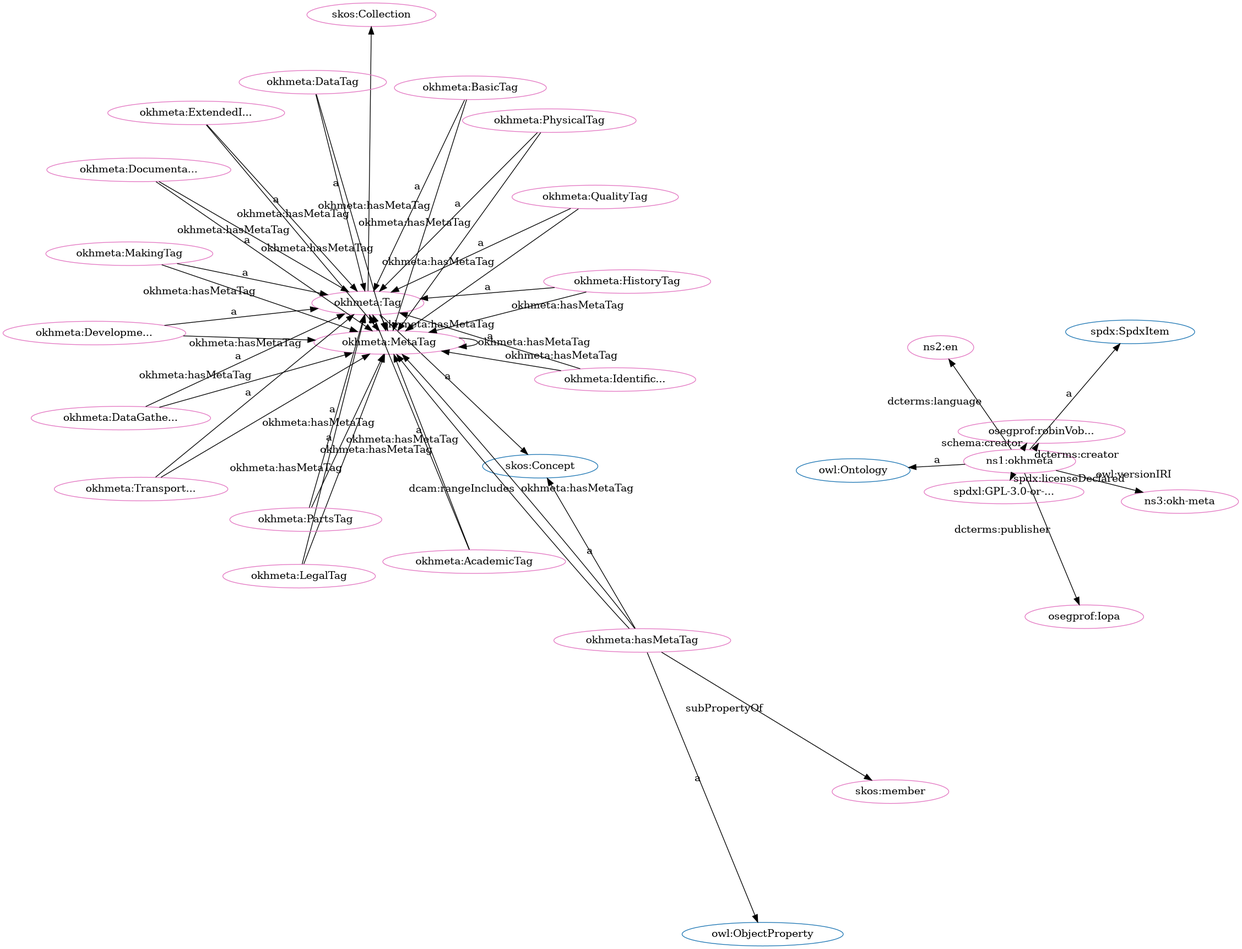
This is src/spec/fdp_okh-meta.png from iop-alliance/OpenKnowHow, a Graphviz export, as it was before one commit. Its source is kept beside it as src/spec/fdp_okh-meta.dot.
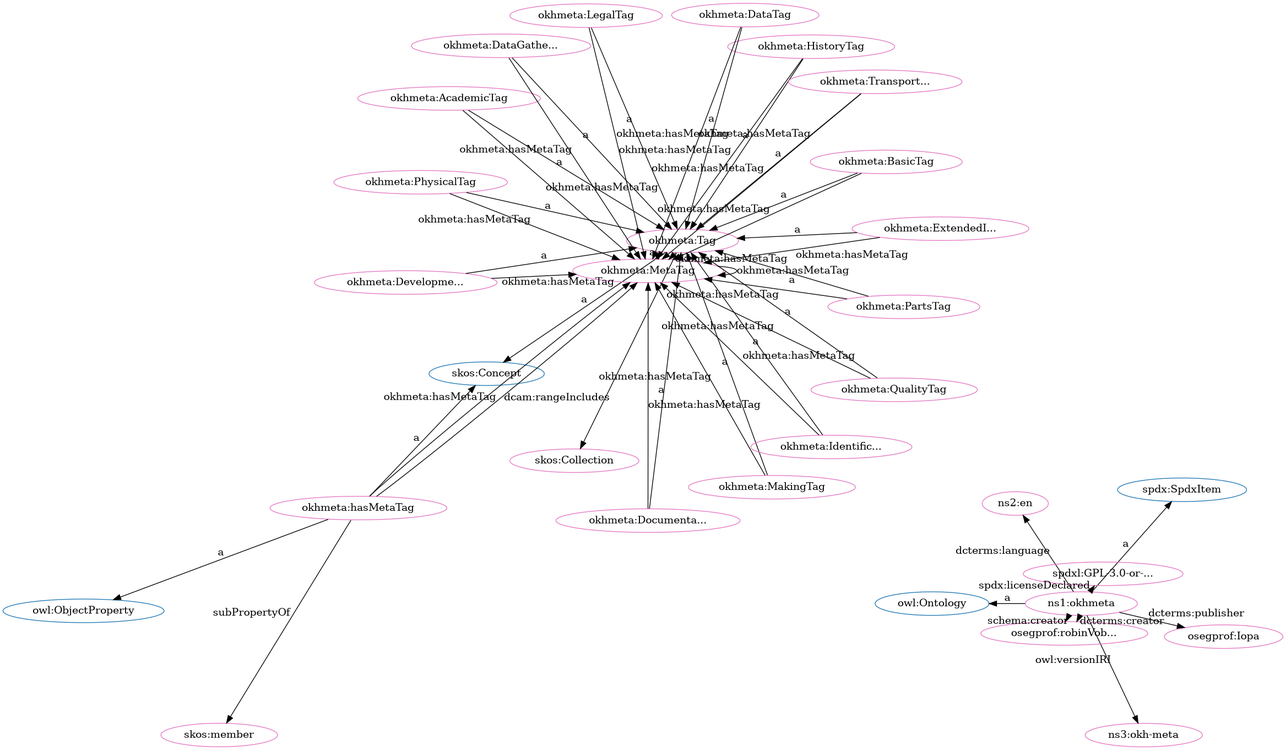
Above is the later version.

Diff of the diagram source:
```diff
@@ -1,84 +1,84 @@
 digraph G {
   rankdir=BT
   node[height=.3]
+"http://www.w3.org/2004/02/skos/core#Concept" [fillcolor="#1f77b4" color="#1f77b4" label="skos:Concept"]
 "http://www.w3.org/2002/07/owl#Ontology" [fillcolor="#1f77b4" color="#1f77b4" label="owl:Ontology"]
-"http://www.w3.org/2004/02/skos/core#Concept" [fillcolor="#1f77b4" color="#1f77b4" label="skos:Concept"]
 "http://spdx.org/rdf/terms#SpdxItem" [fillcolor="#1f77b4" color="#1f77b4" label="spdx:SpdxItem"]
 "http://w3id.org/oseg/ont/okhmeta#Tag" [fillcolor="#1f77b4" color="#1f77b4" label="okhmeta:Tag"]
+"http://www.w3.org/2004/02/skos/core#Collection" [fillcolor="#1f77b4" color="#1f77b4" label="skos:Collection"]
 "http://www.w3.org/2002/07/owl#ObjectProperty" [fillcolor="#1f77b4" color="#1f77b4" label="owl:ObjectProperty"]
-"http://www.w3.org/2004/02/skos/core#Collection" [fillcolor="#1f77b4" color="#1f77b4" label="skos:Collection"]
+"http://www.w3.org/2004/02/skos/core#Collection" [fillcolor="#e377c2" color="#e377c2" label="skos:Collection"]
 "http://w3id.org/oseg/ont/okhmeta#MetaTag" [fillcolor="#e377c2" color="#e377c2" label="okhmeta:MetaTag"]
+"http://w3id.org/oseg/ont/okhmeta#HistoryTag" [fillcolor="#e377c2" color="#e377c2" label="okhmeta:HistoryTag"]
+"http://w3id.org/oseg/ont/okhmeta#hasMetaTag" [fillcolor="#e377c2" color="#e377c2" label="okhmeta:hasMetaTag"]
 "http://w3id.org/oseg/ont/okhmeta" [fillcolor="#e377c2" color="#e377c2" label="ns1:okhmeta"]
-"http://w3id.org/oseg/ont/okhmeta#hasMetaTag" [fillcolor="#e377c2" color="#e377c2" label="okhmeta:hasMetaTag"]
+"http://w3id.org/oseg/ont/okhmeta#MakingTag" [fillcolor="#e377c2" color="#e377c2" label="okhmeta:MakingTag"]
+"http://w3id.org/oseg/ont/okhmeta#PhysicalTag" [fillcolor="#e377c2" color="#e377c2" label="okhmeta:PhysicalTag"]
+"http://w3id.org/oseg/ont/okhmeta#PartsTag" [fillcolor="#e377c2" color="#e377c2" label="okhmeta:PartsTag"]
+"http://w3id.org/oseg/ont/okhmeta#QualityTag" [fillcolor="#e377c2" color="#e377c2" label="okhmeta:QualityTag"]
 "http://id.loc.gov/vocabulary/iso639-1/en" [fillcolor="#e377c2" color="#e377c2" label="ns2:en"]
+"http://w3id.org/oseg/ont/okhmeta#ExtendedInfoTag" [fillcolor="#e377c2" color="#e377c2" label="okhmeta:ExtendedI..."]
+"http://w3id.org/oseg/ont/okhmeta#IdentificationTag" [fillcolor="#e377c2" color="#e377c2" label="okhmeta:Identific..."]
+"http://w3id.org/oseg/ont/1.1.0/okh-meta" [fillcolor="#e377c2" color="#e377c2" label="ns3:okh-meta"]
+"http://w3id.org/oseg/ont/okhmeta#TransportationTag" [fillcolor="#e377c2" color="#e377c2" label="okhmeta:Transport..."]
+"http://w3id.org/oseg/ont/okhmeta#BasicTag" [fillcolor="#e377c2" color="#e377c2" label="okhmeta:BasicTag"]
 "http://w3id.org/oseg/ont/okhmeta#Tag" [fillcolor="#e377c2" color="#e377c2" label="okhmeta:Tag"]
+"http://w3id.org/oseg/ont/okhmeta#DocumentationTag" [fillcolor="#e377c2" color="#e377c2" label="okhmeta:Documenta..."]
+"http://w3id.org/oseg/ont/okhmeta#AcademicTag" [fillcolor="#e377c2" color="#e377c2" label="okhmeta:AcademicTag"]
+"http://spdx.org/licenses/GPL-3.0-or-later" [fillcolor="#e377c2" color="#e377c2" label="spdxl:GPL-3.0-or-..."]
+"http://w3id.org/oseg/ont/okhmeta#DataGatheringTag" [fillcolor="#e377c2" color="#e377c2" label="okhmeta:DataGathe..."]
+"http://w3id.org/oseg/ont/okhmeta#LegalTag" [fillcolor="#e377c2" color="#e377c2" label="okhmeta:LegalTag"]
+"http://w3id.org/oseg/ont/okhmeta#DataTag" [fillcolor="#e377c2" color="#e377c2" label="okhmeta:DataTag"]
+"http://w3id.org/oseg/ont/oseg-profiles#robinVobruba" [fillcolor="#e377c2" color="#e377c2" label="osegprof:robinVob..."]
 "http://w3id.org/oseg/ont/oseg-profiles#Iopa" [fillcolor="#e377c2" color="#e377c2" label="osegprof:Iopa"]
 "http://w3id.org/oseg/ont/okhmeta#DevelopmentTag" [fillcolor="#e377c2" color="#e377c2" label="okhmeta:Developme..."]
-"http://w3id.org/oseg/ont/okhmeta#PhysicalTag" [fillcolor="#e377c2" color="#e377c2" label="okhmeta:PhysicalTag"]
-"http://w3id.org/oseg/ont/okhmeta#AcademicTag" [fillcolor="#e377c2" color="#e377c2" label="okhmeta:AcademicTag"]
-"http://w3id.org/oseg/ont/okhmeta#TransportationTag" [fillcolor="#e377c2" color="#e377c2" label="okhmeta:Transport..."]
-"http://w3id.org/oseg/ont/oseg-profiles#robinVobruba" [fillcolor="#e377c2" color="#e377c2" label="osegprof:robinVob..."]
-"http://w3id.org/oseg/ont/okhmeta#DataTag" [fillcolor="#e377c2" color="#e377c2" label="okhmeta:DataTag"]
-"http://w3id.org/oseg/ont/okhmeta#MakingTag" [fillcolor="#e377c2" color="#e377c2" label="okhmeta:MakingTag"]
-"http://w3id.org/oseg/ont/okhmeta#IdentificationTag" [fillcolor="#e377c2" color="#e377c2" label="okhmeta:Identific..."]
 "http://www.w3.org/2004/02/skos/core#member" [fillcolor="#e377c2" color="#e377c2" label="skos:member"]
-"http://w3id.org/oseg/ont/okhmeta#DataGatheringTag" [fillcolor="#e377c2" color="#e377c2" label="okhmeta:DataGathe..."]
-"http://w3id.org/oseg/ont/okhmeta#QualityTag" [fillcolor="#e377c2" color="#e377c2" label="okhmeta:QualityTag"]
-"http://spdx.org/licenses/GPL-3.0-or-later" [fillcolor="#e377c2" color="#e377c2" label="spdxl:GPL-3.0-or-..."]
-"http://w3id.org/oseg/ont/okhmeta#HistoryTag" [fillcolor="#e377c2" color="#e377c2" label="okhmeta:HistoryTag"]
-"http://w3id.org/oseg/ont/okhmeta#LegalTag" [fillcolor="#e377c2" color="#e377c2" label="okhmeta:LegalTag"]
-"http://w3id.org/oseg/ont/okhmeta#ExtendedInfoTag" [fillcolor="#e377c2" color="#e377c2" label="okhmeta:ExtendedI..."]
-"http://w3id.org/oseg/ont/okhmeta#BasicTag" [fillcolor="#e377c2" color="#e377c2" label="okhmeta:BasicTag"]
-"http://w3id.org/oseg/ont/okhmeta#PartsTag" [fillcolor="#e377c2" color="#e377c2" label="okhmeta:PartsTag"]
-"http://www.w3.org/2004/02/skos/core#Collection" [fillcolor="#e377c2" color="#e377c2" label="skos:Collection"]
-"http://w3id.org/oseg/ont/okhmeta#DocumentationTag" [fillcolor="#e377c2" color="#e377c2" label="okhmeta:Documenta..."]
-"http://w3id.org/oseg/ont/1.1.0/okh-meta" [fillcolor="#e377c2" color="#e377c2" label="ns3:okh-meta"]
-  "http://w3id.org/oseg/ont/okhmeta" -> "http://www.w3.org/2002/07/owl#Ontology" [label="a"]
+  "http://w3id.org/oseg/ont/okhmeta#Tag" -> "http://www.w3.org/2004/02/skos/core#Collection" [label=""]
+  "http://w3id.org/oseg/ont/okhmeta#DocumentationTag" -> "http://w3id.org/oseg/ont/okhmeta#MetaTag" [label="okhmeta:hasMetaTag"]
+  "http://w3id.org/oseg/ont/okhmeta#HistoryTag" -> "http://w3id.org/oseg/ont/okhmeta#Tag" [label="a"]
+  "http://w3id.org/oseg/ont/okhmeta#QualityTag" -> "http://w3id.org/oseg/ont/okhmeta#MetaTag" [label="okhmeta:hasMetaTag"]
+  "http://w3id.org/oseg/ont/okhmeta#IdentificationTag" -> "http://w3id.org/oseg/ont/okhmeta#MetaTag" [label="okhmeta:hasMetaTag"]
+  "http://w3id.org/oseg/ont/okhmeta" -> "http://spdx.org/rdf/terms#SpdxItem" [label="a"]
+  "http://w3id.org/oseg/ont/okhmeta#Tag" -> "http://w3id.org/oseg/ont/okhmeta#MetaTag" [label="okhmeta:hasMetaTag"]
+  "http://w3id.org/oseg/ont/okhmeta#MetaTag" -> "http://w3id.org/oseg/ont/okhmeta#MetaTag" [label="okhmeta:hasMetaTag"]
+  "http://w3id.org/oseg/ont/okhmeta#BasicTag" -> "http://w3id.org/oseg/ont/okhmeta#MetaTag" [label="okhmeta:hasMetaTag"]
+  "http://w3id.org/oseg/ont/okhmeta#MakingTag" -> "http://w3id.org/oseg/ont/okhmeta#Tag" [label="a"]
+  "http://w3id.org/oseg/ont/okhmeta#hasMetaTag" -> "http://www.w3.org/2002/07/owl#ObjectProperty" [label="a"]
+  "http://w3id.org/oseg/ont/okhmeta#QualityTag" -> "http://w3id.org/oseg/ont/okhmeta#Tag" [label="a"]
+  "http://w3id.org/oseg/ont/okhmeta#AcademicTag" -> "http://w3id.org/oseg/ont/okhmeta#MetaTag" [label="okhmeta:hasMetaTag"]
+  "http://w3id.org/oseg/ont/okhmeta#IdentificationTag" -> "http://w3id.org/oseg/ont/okhmeta#Tag" [label="a"]
   "http://w3id.org/oseg/ont/okhmeta#PartsTag" -> "http://w3id.org/oseg/ont/okhmeta#MetaTag" [label="okhmeta:hasMetaTag"]
   "http://w3id.org/oseg/ont/okhmeta#ExtendedInfoTag" -> "http://w3id.org/oseg/ont/okhmeta#MetaTag" [label="okhmeta:hasMetaTag"]
+  "http://w3id.org/oseg/ont/okhmeta#BasicTag" -> "http://w3id.org/oseg/ont/okhmeta#Tag" [label="a"]
+  "http://w3id.org/oseg/ont/okhmeta#Tag" -> "http://www.w3.org/2004/02/skos/core#Concept" [label="a"]
+  "http://w3id.org/oseg/ont/okhmeta#hasMetaTag" -> "http://w3id.org/oseg/ont/okhmeta#MetaTag" [label="okhmeta:hasMetaTag"]
+  "http://w3id.org/oseg/ont/okhmeta#AcademicTag" -> "http://w3id.org/oseg/ont/okhmeta#Tag" [label="a"]
+  "http://w3id.org/oseg/ont/okhmeta#DataGatheringTag" -> "http://w3id.org/oseg/ont/okhmeta#Tag" [label="a"]
+  "http://w3id.org/oseg/ont/okhmeta#hasMetaTag" -> "http://www.w3.org/2004/02/skos/core#member" [label="subPropertyOf"]
+  "http://w3id.org/oseg/ont/okhmeta#PhysicalTag" -> "http://w3id.org/oseg/ont/okhmeta#MetaTag" [label="okhmeta:hasMetaTag"]
+  "http://w3id.org/oseg/ont/okhmeta#DataTag" -> "http://w3id.org/oseg/ont/okhmeta#MetaTag" [label="okhmeta:hasMetaTag"]
+  "http://w3id.org/oseg/ont/okhmeta#hasMetaTag" -> "http://w3id.org/oseg/ont/okhmeta#MetaTag" [label="dcam:rangeIncludes"]
+  "http://w3id.org/oseg/ont/okhmeta#DataGatheringTag" -> "http://w3id.org/oseg/ont/okhmeta#MetaTag" [label="okhmeta:hasMetaTag"]
+  "http://w3id.org/oseg/ont/okhmeta#hasMetaTag" -> "http://www.w3.org/2004/02/skos/core#Concept" [label="a"]
+  "http://w3id.org/oseg/ont/okhmeta#HistoryTag" -> "http://w3id.org/oseg/ont/okhmeta#MetaTag" [label="okhmeta:hasMetaTag"]
+  "http://w3id.org/oseg/ont/okhmeta" -> "http://www.w3.org/2002/07/owl#Ontology" [label="a"]
+  "http://w3id.org/oseg/ont/okhmeta#PhysicalTag" -> "http://w3id.org/oseg/ont/okhmeta#Tag" [label="a"]
+  "http://w3id.org/oseg/ont/okhmeta#PartsTag" -> "http://w3id.org/oseg/ont/okhmeta#Tag" [label="a"]
   "http://w3id.org/oseg/ont/okhmeta" -> "http://id.loc.gov/vocabulary/iso639-1/en" [label="dcterms:language"]
-  "http://w3id.org/oseg/ont/okhmeta#hasMetaTag" -> "http://w3id.org/oseg/ont/okhmeta#MetaTag" [label="dcam:rangeIncludes"]
+  "http://w3id.org/oseg/ont/okhmeta#ExtendedInfoTag" -> "http://w3id.org/oseg/ont/okhmeta#Tag" [label="a"]
+  "http://w3id.org/oseg/ont/okhmeta#MakingTag" -> "http://w3id.org/oseg/ont/okhmeta#MetaTag" [label="okhmeta:hasMetaTag"]
+  "http://w3id.org/oseg/ont/okhmeta#LegalTag" -> "http://w3id.org/oseg/ont/okhmeta#MetaTag" [label="okhmeta:hasMetaTag"]
+  "http://w3id.org/oseg/ont/okhmeta" -> "http://w3id.org/oseg/ont/1.1.0/okh-meta" [label="owl:versionIRI"]
+  "http://w3id.org/oseg/ont/okhmeta#TransportationTag" -> "http://w3id.org/oseg/ont/okhmeta#Tag" [label="a"]
+  "http://w3id.org/oseg/ont/okhmeta#DevelopmentTag" -> "http://w3id.org/oseg/ont/okhmeta#MetaTag" [label="okhmeta:hasMetaTag"]
+  "http://w3id.org/oseg/ont/okhmeta#DocumentationTag" -> "http://w3id.org/oseg/ont/okhmeta#Tag" [label="a"]
+  "http://w3id.org/oseg/ont/okhmeta" -> "http://spdx.org/licenses/GPL-3.0-or-later" [label="spdx:licenseDeclared"]
+  "http://w3id.org/oseg/ont/okhmeta#LegalTag" -> "http://w3id.org/oseg/ont/okhmeta#Tag" [label="a"]
   "http://w3id.org/oseg/ont/okhmeta#DataTag" -> "http://w3id.org/oseg/ont/okhmeta#Tag" [label="a"]
-  "http://w3id.org/oseg/ont/okhmeta#MakingTag" -> "http://w3id.org/oseg/ont/okhmeta#Tag" [label="a"]
-  "http://w3id.org/oseg/ont/okhmeta#IdentificationTag" -> "http://w3id.org/oseg/ont/okhmeta#Tag" [label="a"]
-  "http://w3id.org/oseg/ont/okhmeta#DocumentationTag" -> "http://w3id.org/oseg/ont/okhmeta#MetaTag" [label="okhmeta:hasMetaTag"]
+  "http://w3id.org/oseg/ont/okhmeta" -> "http://w3id.org/oseg/ont/oseg-profiles#robinVobruba" [label="dcterms:creator"]
+  "http://w3id.org/oseg/ont/okhmeta#TransportationTag" -> "http://w3id.org/oseg/ont/okhmeta#MetaTag" [label="okhmeta:hasMetaTag"]
   "http://w3id.org/oseg/ont/okhmeta" -> "http://w3id.org/oseg/ont/oseg-profiles#robinVobruba" [label="schema:creator"]
-  "http://w3id.org/oseg/ont/okhmeta#IdentificationTag" -> "http://w3id.org/oseg/ont/okhmeta#MetaTag" [label="okhmeta:hasMetaTag"]
-  "http://w3id.org/oseg/ont/okhmeta#DataGatheringTag" -> "http://w3id.org/oseg/ont/okhmeta#Tag" [label="a"]
-  "http://w3id.org/oseg/ont/okhmeta#QualityTag" -> "http://w3id.org/oseg/ont/okhmeta#Tag" [label="a"]
-  "http://w3id.org/oseg/ont/okhmeta" -> "http://spdx.org/licenses/GPL-3.0-or-later" [label="spdx:licenseDeclared"]
-  "http://w3id.org/oseg/ont/okhmeta#DataTag" -> "http://w3id.org/oseg/ont/okhmeta#MetaTag" [label="okhmeta:hasMetaTag"]
-  "http://w3id.org/oseg/ont/okhmeta#LegalTag" -> "http://w3id.org/oseg/ont/okhmeta#Tag" [label="a"]
-  "http://w3id.org/oseg/ont/okhmeta#DataGatheringTag" -> "http://w3id.org/oseg/ont/okhmeta#MetaTag" [label="okhmeta:hasMetaTag"]
-  "http://w3id.org/oseg/ont/okhmeta#QualityTag" -> "http://w3id.org/oseg/ont/okhmeta#MetaTag" [label="okhmeta:hasMetaTag"]
-  "http://w3id.org/oseg/ont/okhmeta#LegalTag" -> "http://w3id.org/oseg/ont/okhmeta#MetaTag" [label="okhmeta:hasMetaTag"]
-  "http://w3id.org/oseg/ont/okhmeta#Tag" -> "http://www.w3.org/2004/02/skos/core#Collection" [label=""]
-  "http://w3id.org/oseg/ont/okhmeta" -> "http://w3id.org/oseg/ont/1.1.0/okh-meta" [label="owl:versionIRI"]
-  "http://w3id.org/oseg/ont/okhmeta#BasicTag" -> "http://w3id.org/oseg/ont/okhmeta#MetaTag" [label="okhmeta:hasMetaTag"]
-  "http://w3id.org/oseg/ont/okhmeta#hasMetaTag" -> "http://www.w3.org/2004/02/skos/core#Concept" [label="a"]
-  "http://w3id.org/oseg/ont/okhmeta#MakingTag" -> "http://w3id.org/oseg/ont/okhmeta#MetaTag" [label="okhmeta:hasMetaTag"]
-  "http://w3id.org/oseg/ont/okhmeta#Tag" -> "http://www.w3.org/2004/02/skos/core#Concept" [label="a"]
   "http://w3id.org/oseg/ont/okhmeta" -> "http://w3id.org/oseg/ont/oseg-profiles#Iopa" [label="dcterms:publisher"]
   "http://w3id.org/oseg/ont/okhmeta#DevelopmentTag" -> "http://w3id.org/oseg/ont/okhmeta#Tag" [label="a"]
-  "http://w3id.org/oseg/ont/okhmeta#hasMetaTag" -> "http://w3id.org/oseg/ont/okhmeta#MetaTag" [label="okhmeta:hasMetaTag"]
-  "http://w3id.org/oseg/ont/okhmeta#PhysicalTag" -> "http://w3id.org/oseg/ont/okhmeta#Tag" [label="a"]
-  "http://w3id.org/oseg/ont/okhmeta#AcademicTag" -> "http://w3id.org/oseg/ont/okhmeta#Tag" [label="a"]
-  "http://w3id.org/oseg/ont/okhmeta#TransportationTag" -> "http://w3id.org/oseg/ont/okhmeta#Tag" [label="a"]
-  "http://w3id.org/oseg/ont/okhmeta" -> "http://spdx.org/rdf/terms#SpdxItem" [label="a"]
-  "http://w3id.org/oseg/ont/okhmeta#DevelopmentTag" -> "http://w3id.org/oseg/ont/okhmeta#MetaTag" [label="okhmeta:hasMetaTag"]
-  "http://w3id.org/oseg/ont/okhmeta#PhysicalTag" -> "http://w3id.org/oseg/ont/okhmeta#MetaTag" [label="okhmeta:hasMetaTag"]
-  "http://w3id.org/oseg/ont/okhmeta" -> "http://w3id.org/oseg/ont/oseg-profiles#robinVobruba" [label="dcterms:creator"]
-  "http://w3id.org/oseg/ont/okhmeta#hasMetaTag" -> "http://www.w3.org/2004/02/skos/core#member" [label="subPropertyOf"]
-  "http://w3id.org/oseg/ont/okhmeta#TransportationTag" -> "http://w3id.org/oseg/ont/okhmeta#MetaTag" [label="okhmeta:hasMetaTag"]
   "http://w3id.org/oseg/ont/okhmeta#MetaTag" -> "http://w3id.org/oseg/ont/okhmeta#Tag" [label="a"]
-  "http://w3id.org/oseg/ont/okhmeta#HistoryTag" -> "http://w3id.org/oseg/ont/okhmeta#Tag" [label="a"]
-  "http://w3id.org/oseg/ont/okhmeta#Tag" -> "http://w3id.org/oseg/ont/okhmeta#MetaTag" [label="okhmeta:hasMetaTag"]
-  "http://w3id.org/oseg/ont/okhmeta#ExtendedInfoTag" -> "http://w3id.org/oseg/ont/okhmeta#Tag" [label="a"]
-  "http://w3id.org/oseg/ont/okhmeta#MetaTag" -> "http://w3id.org/oseg/ont/okhmeta#MetaTag" [label="okhmeta:hasMetaTag"]
-  "http://w3id.org/oseg/ont/okhmeta#AcademicTag" -> "http://w3id.org/oseg/ont/okhmeta#MetaTag" [label="okhmeta:hasMetaTag"]
-  "http://w3id.org/oseg/ont/okhmeta#hasMetaTag" -> "http://www.w3.org/2002/07/owl#ObjectProperty" [label="a"]
-  "http://w3id.org/oseg/ont/okhmeta#BasicTag" -> "http://w3id.org/oseg/ont/okhmeta#Tag" [label="a"]
-  "http://w3id.org/oseg/ont/okhmeta#HistoryTag" -> "http://w3id.org/oseg/ont/okhmeta#MetaTag" [label="okhmeta:hasMetaTag"]
-  "http://w3id.org/oseg/ont/okhmeta#PartsTag" -> "http://w3id.org/oseg/ont/okhmeta#Tag" [label="a"]
-  "http://w3id.org/oseg/ont/okhmeta#DocumentationTag" -> "http://w3id.org/oseg/ont/okhmeta#Tag" [label="a"]
 }
```
